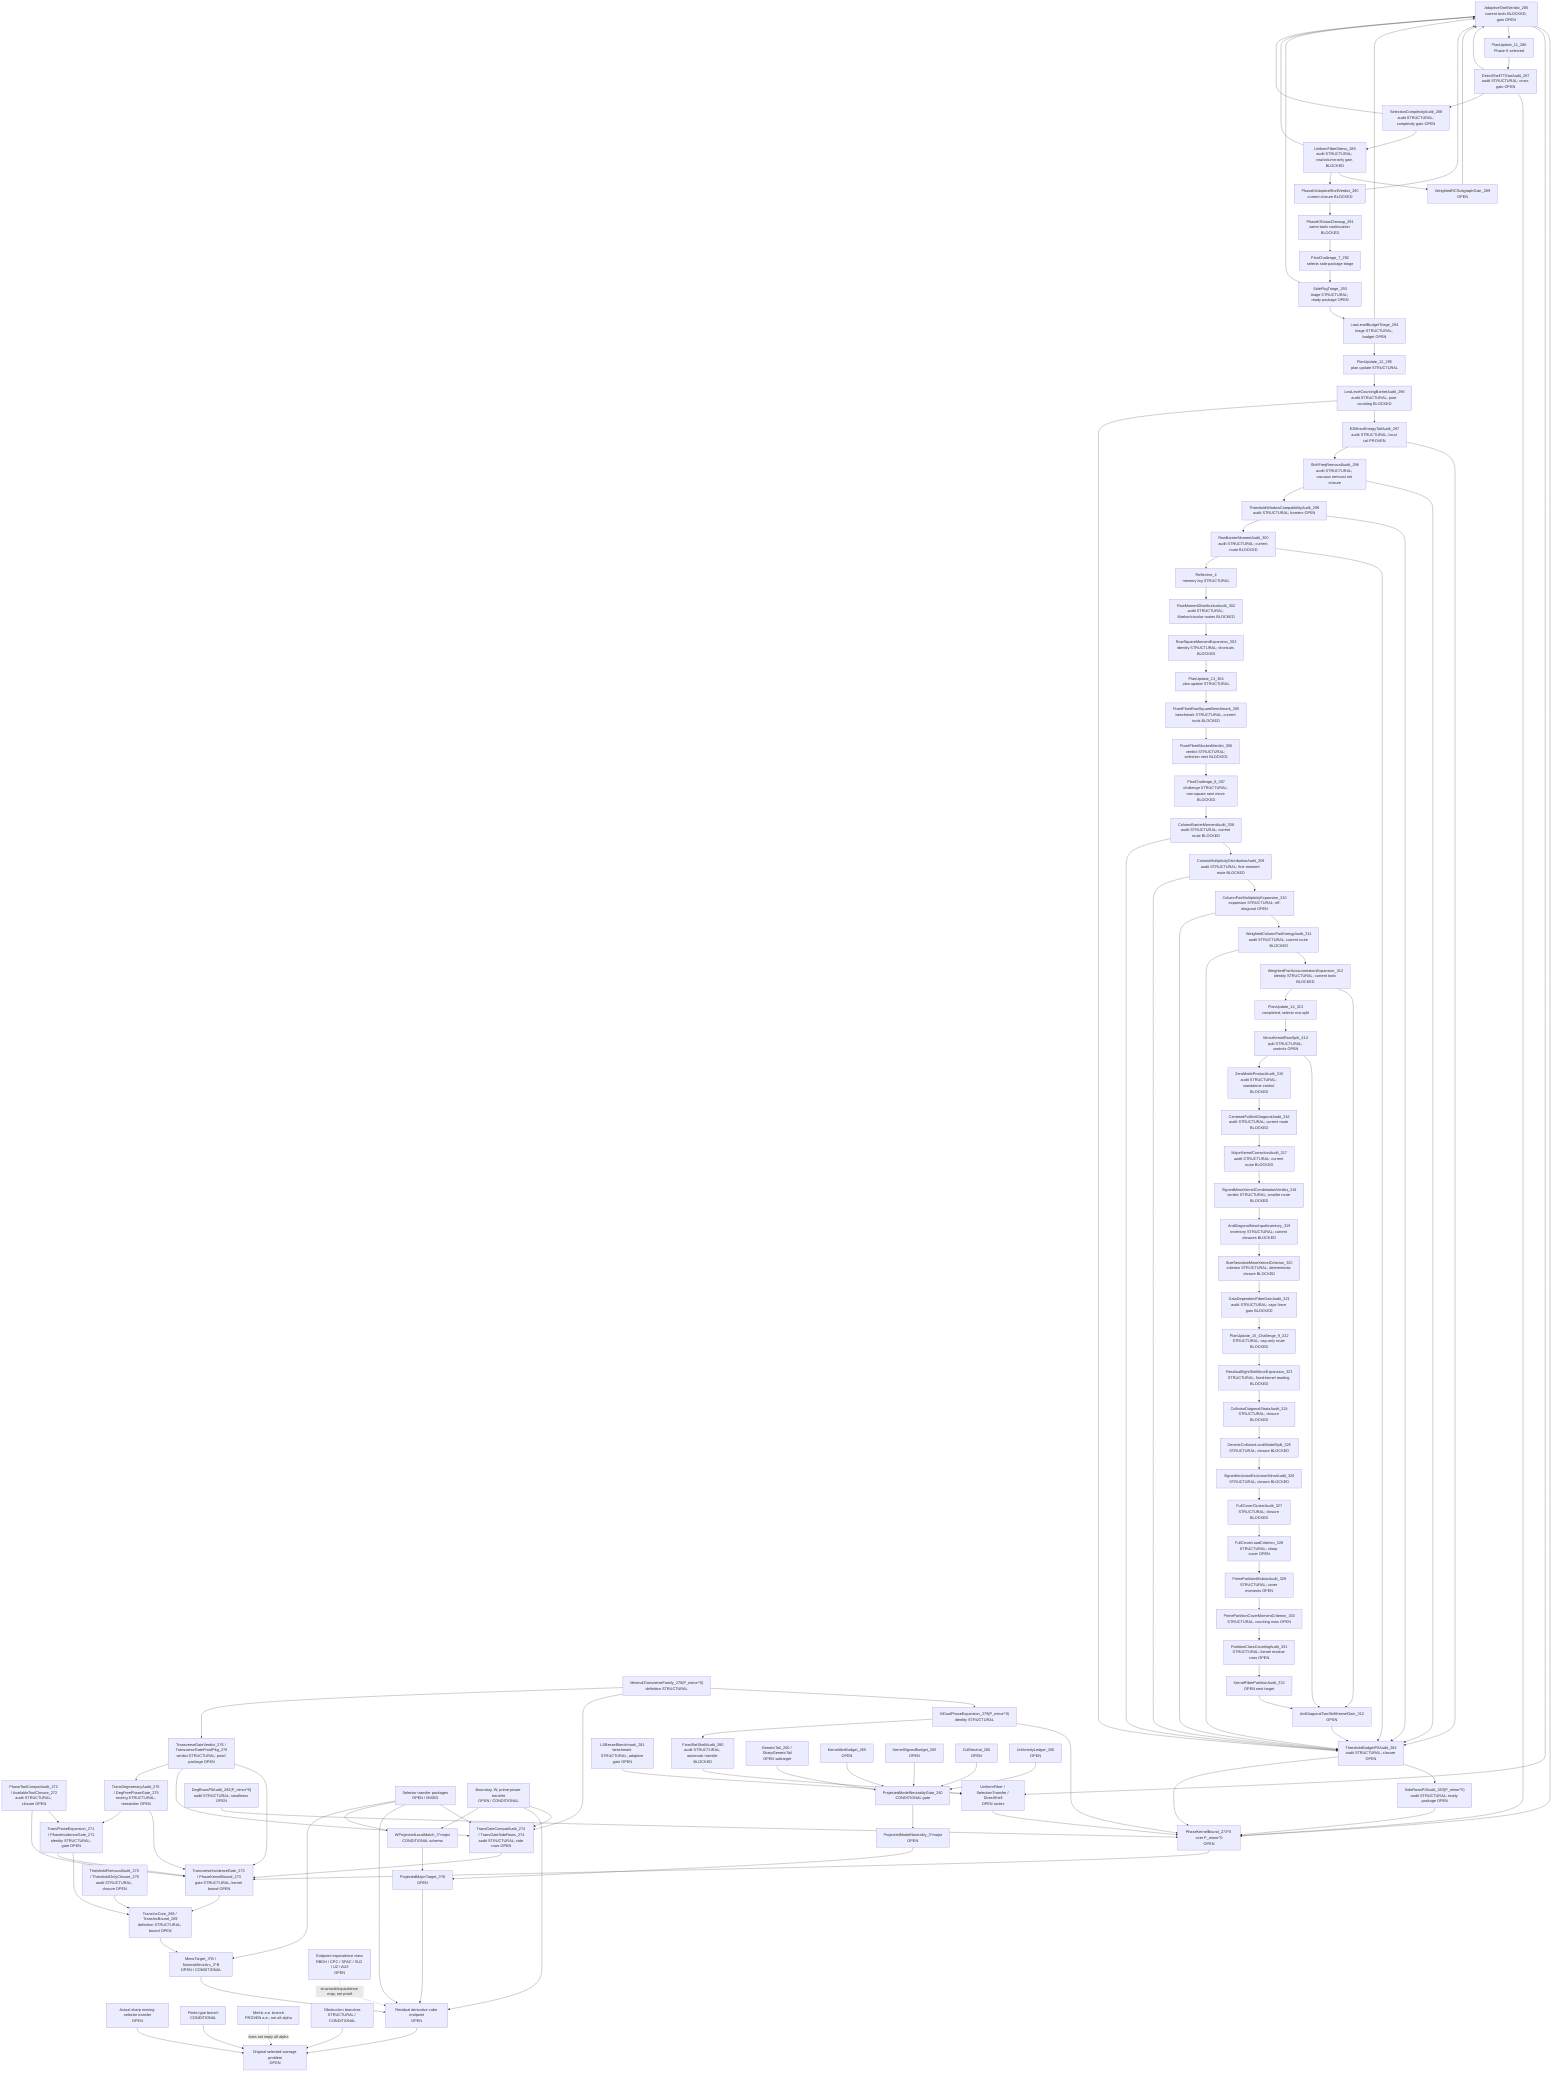
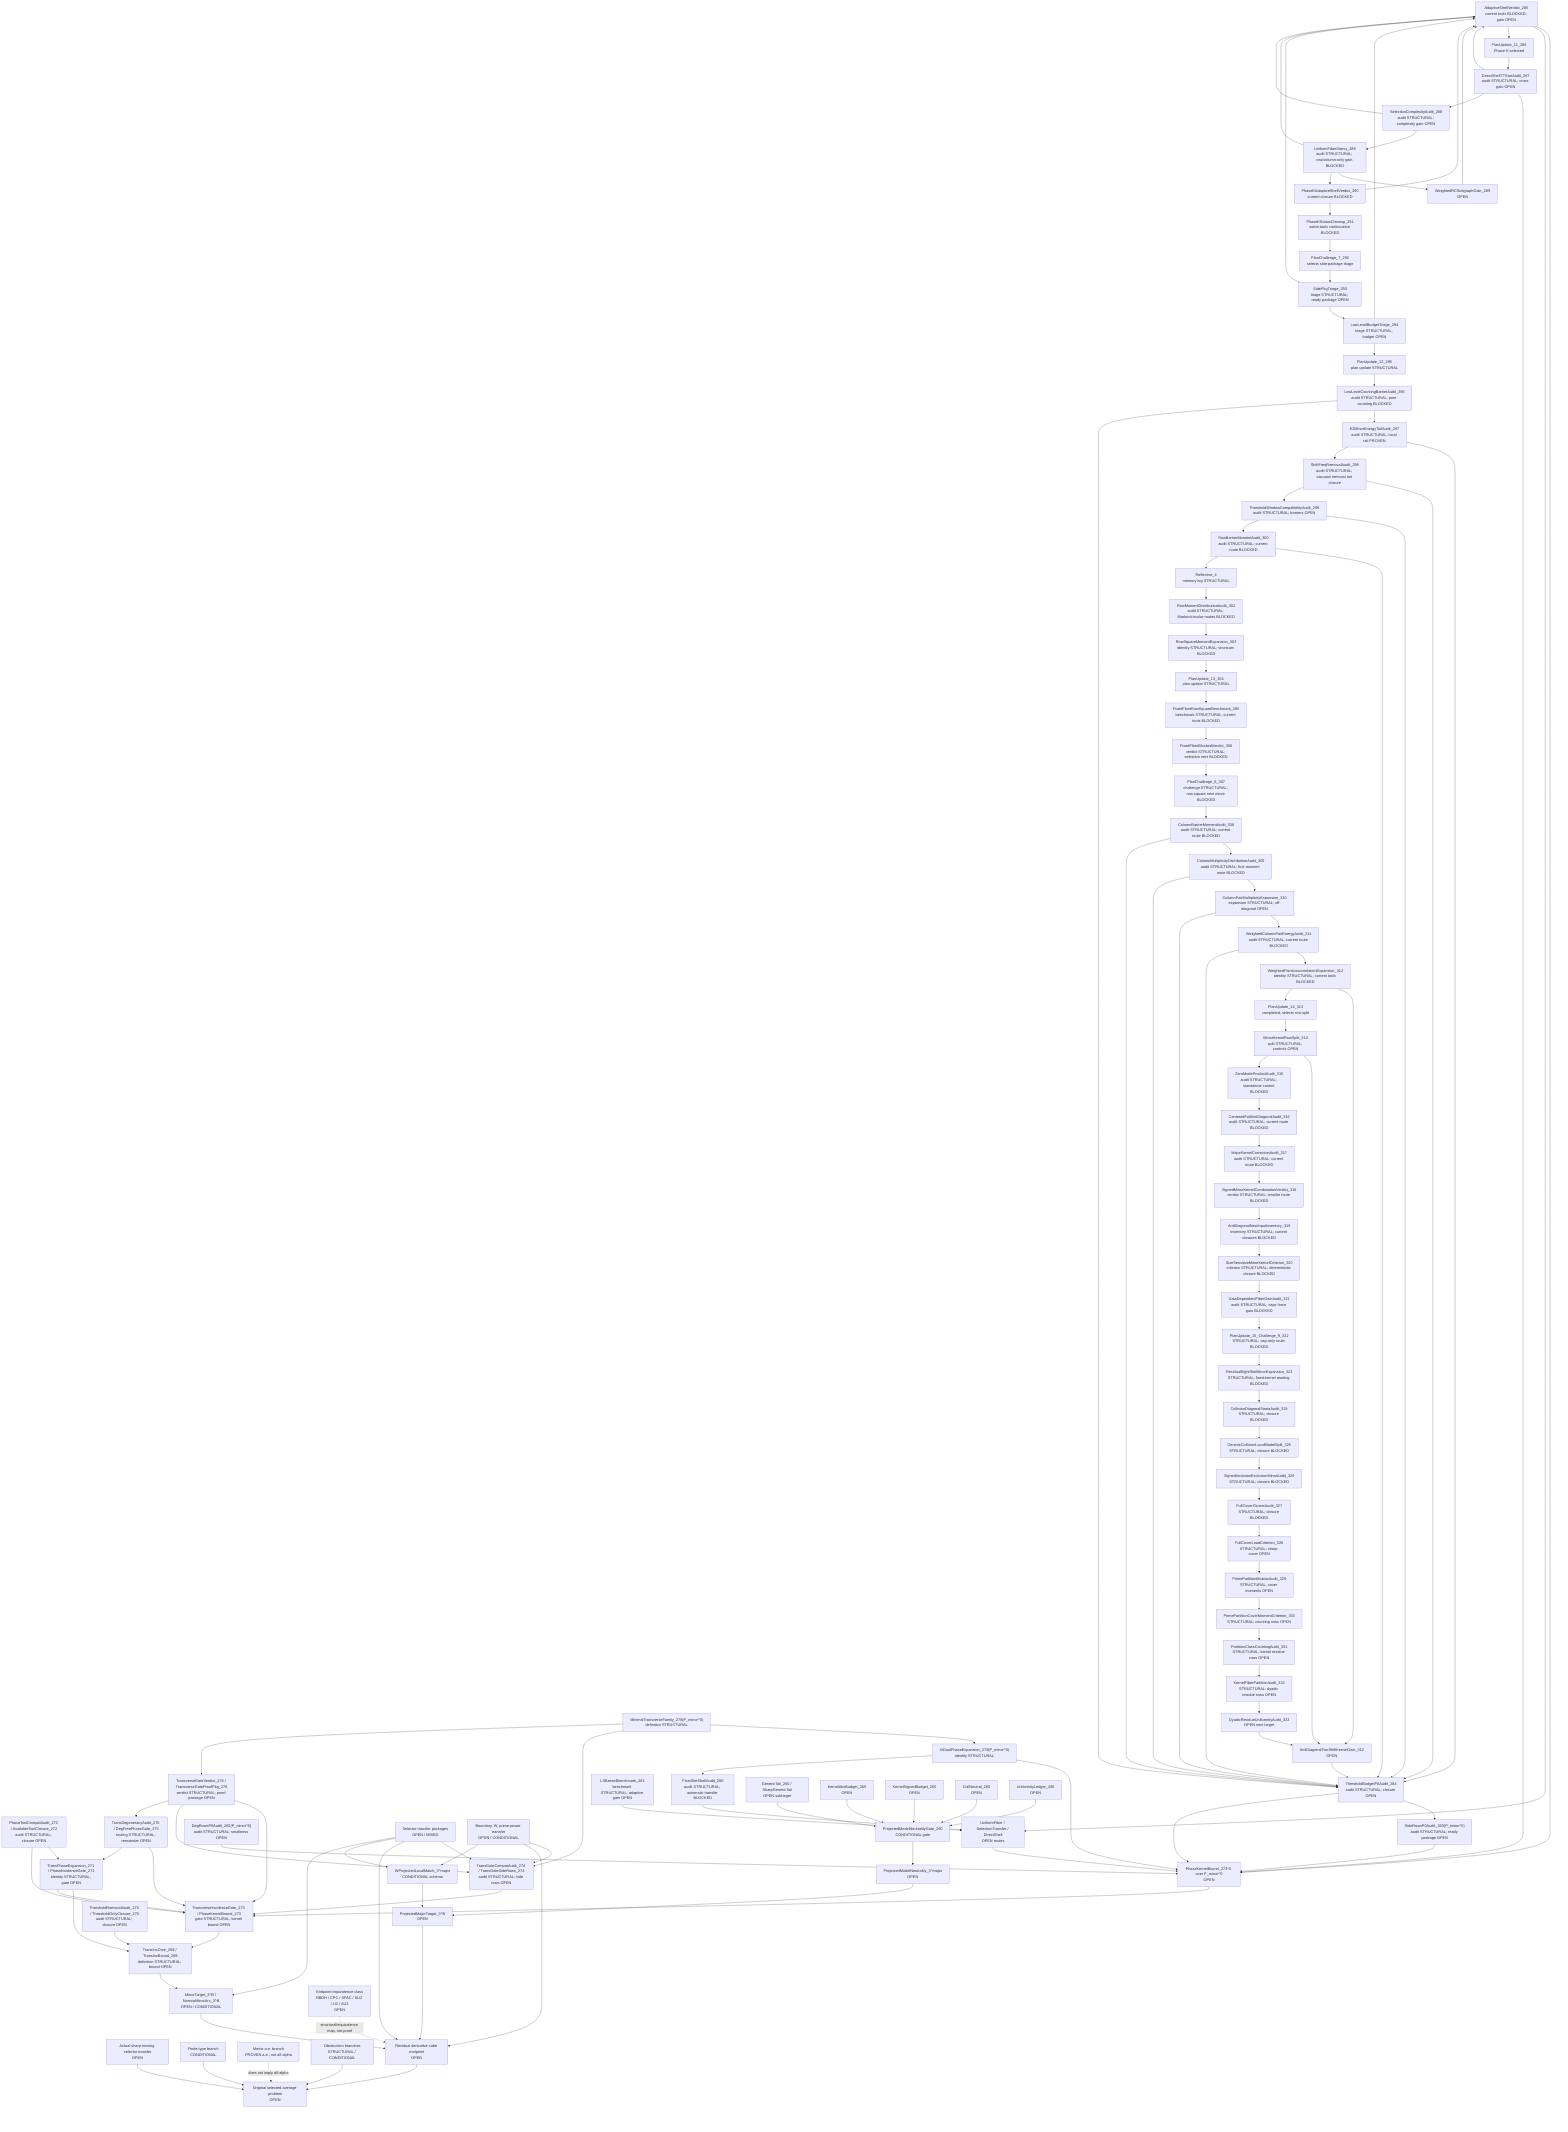
flowchart TD
  Original["Original selected-average problem<br/>OPEN"]
  SharpSel["Actual sharp moving selector transfer<br/>OPEN"]
  FiniteType["Finite-type branch<br/>CONDITIONAL"]
  Metric["Metric a.e. branch<br/>PROVEN a.e.; not all-alpha"]
  Obstruction["Obstruction branches<br/>STRUCTURAL / CONDITIONAL"]

  ResCube["Residual derivative cube endpoint<br/>OPEN"]
  MajorTarget["ProjectedMajorTarget_3^B<br/>OPEN"]
  MinorTarget["MinorTarget_3^B / NarrowMinorArc_3^B<br/>OPEN / CONDITIONAL"]
  TransInc["TransIncCore_269 / TransIncBound_269<br/>definition STRUCTURAL; bound OPEN"]
  ThresholdAudit["ThresholdRemovalAudit_270 / ThresholdOnlyClosure_270<br/>audit STRUCTURAL; closure OPEN"]
  PhaseExpansion["TransPhaseExpansion_271 / PhaseIncidenceGate_271<br/>identity STRUCTURAL; gate OPEN"]
  ToolCompat["PhaseToolCompatAudit_272 / AvailableToolClosure_272<br/>audit STRUCTURAL; closure OPEN"]
  TransGate["TransverseIncidenceGate_273 / PhaseKernelBound_273<br/>gate STRUCTURAL; kernel bound OPEN"]
  TransGateCompat["TransGateCompatAudit_274 / TransGateSideRows_274<br/>audit STRUCTURAL; side rows OPEN"]
  DegAudit["TransDegeneracyAudit_275 / DegFreePhaseGate_275<br/>routing STRUCTURAL; remainder OPEN"]
  TransVerdict["TransverseGateVerdict_276 / TransverseGateProofPkg_276<br/>verdict STRUCTURAL; proof package OPEN"]
  MinTransFamily["MinimalTransverseFamily_278(P_minor^0)<br/>definition STRUCTURAL"]
  XiExpansion["XiDualPhaseExpansion_279(P_minor^0)<br/>identity STRUCTURAL"]
  FixedShellAudit["FixedSetShellAudit_280<br/>audit STRUCTURAL; automatic transfer BLOCKED"]
  FixedShellTransfer["UniformFiber / SelectionTransfer / DirectShell<br/>OPEN routes"]
  LSBesselBench["LSBesselBenchmark_281<br/>benchmark STRUCTURAL; adaptive gain OPEN"]
  DegRowsP0["DegRowsP0Audit_282(P_minor^0)<br/>audit STRUCTURAL; smallness OPEN"]
  SideRowsP0["SideRowsP0Audit_283(P_minor^0)<br/>audit STRUCTURAL; ready package OPEN"]
  ThresholdP0["ThresholdBudgetP0Audit_284<br/>audit STRUCTURAL; closure OPEN"]
  AdaptiveShellP0["AdaptiveShellVerdict_285<br/>current tools BLOCKED; gain OPEN"]
  PlanUpdate11["PlanUpdate_11_286<br/>Phase K selected"]
  DirectTTStar["DirectShellTTStarAudit_287<br/>audit STRUCTURAL; cross gain OPEN"]
  SelectionComplexity["SelectionComplexityAudit_288<br/>audit STRUCTURAL; complexity gain OPEN"]
  UniformFiberStress["UniformFiberStress_289<br/>audit STRUCTURAL; row/column-only gain BLOCKED"]
  WeightedRCSubgraph["WeightedRCSubgraphGain_289<br/>OPEN"]
  AdaptiveVerdict290["PhaseKAdaptiveShellVerdict_290<br/>current closure BLOCKED"]
  PhaseKCleanup291["PhaseKStatusCleanup_291<br/>same-tools continuation BLOCKED"]
  PlanChallenge7["PlanChallenge_7_292<br/>selects side-package triage"]
  SidePkgTriage293["SidePkgTriage_293<br/>triage STRUCTURAL; ready package OPEN"]
  LowLevelTriage294["LowLevelBudgetTriage_294<br/>triage STRUCTURAL; budget OPEN"]
  PlanUpdate12["PlanUpdate_12_295<br/>plan update STRUCTURAL"]
  LowLevelBarrier296["LowLevelCountingBarrierAudit_296<br/>audit STRUCTURAL; pure counting BLOCKED"]
  E2Tail297["E2MinorEnergyTailAudit_297<br/>audit STRUCTURAL; local tail PROVEN"]
  ShiftFreq298["ShiftFreqRemovalAudit_298<br/>audit STRUCTURAL; vacuous removal not closure"]
  ThresholdWindow299["ThresholdWindowCompatibilityAudit_299<br/>audit STRUCTURAL; barriers OPEN"]
  RowBarrier300["RowBarrierMomentAudit_300<br/>audit STRUCTURAL; current route BLOCKED"]
  Reflective4["Reflective_4<br/>memory log STRUCTURAL"]
  RowMoment302["RowMomentDistributionAudit_302<br/>audit STRUCTURAL; Markov/circular routes BLOCKED"]
  RowSquare303["RowSquareMomentExpansion_303<br/>identity STRUCTURAL; shortcuts BLOCKED"]
  PlanUpdate13["PlanUpdate_13_304<br/>plan update STRUCTURAL"]
  FixedFiber305["FixedFiberRowSquareBenchmark_305<br/>benchmark STRUCTURAL; current tools BLOCKED"]
  FixedFiber306["FixedFiberBlockedVerdict_306<br/>verdict STRUCTURAL; selection next BLOCKED"]
  PlanChallenge8["PlanChallenge_8_307<br/>challenge STRUCTURAL; row-square next move BLOCKED"]
  ColumnBarrier308["ColumnBarrierMomentAudit_308<br/>audit STRUCTURAL; current route BLOCKED"]
  ColumnDist309["ColumnMultiplicityDistributionAudit_309<br/>audit STRUCTURAL; first-moment route BLOCKED"]
  ColumnPair310["ColumnPairMultiplicityExpansion_310<br/>expansion STRUCTURAL; off-diagonal OPEN"]
  WPair311["WeightedColumnPairEnergyAudit_311<br/>audit STRUCTURAL; current route BLOCKED"]
  AutoCorr312["WeightedPairAutocorrelationExpansion_312<br/>identity STRUCTURAL; current tools BLOCKED"]
  AntiDiag312["AntiDiagonalTwoShiftKernelGain_312<br/>OPEN"]
  PlanUpdate14["PlanUpdate_14_313<br/>completed; selects row split"]
  MinorKernel314["MinorKernelRowSplit_314<br/>split STRUCTURAL; controls OPEN"]
  ZeroAudit315["ZeroModeProductAudit_315<br/>audit STRUCTURAL; standalone control BLOCKED"]
  CenteredFull316["CenteredFullAntiDiagonalAudit_316<br/>audit STRUCTURAL; current route BLOCKED"]
  MajorCorr317["MajorKernelCorrectionAudit_317<br/>audit STRUCTURAL; current route BLOCKED"]
  SignedVerdict318["SignedMinorKernelCombinationVerdict_318<br/>verdict STRUCTURAL; smaller route BLOCKED"]
  NewInput319["AntiDiagonalNewInputInventory_319<br/>inventory STRUCTURAL; current closures BLOCKED"]
  SizeSensitive320["SizeSensitiveMinorKernelCriterion_320<br/>criterion STRUCTURAL; deterministic closure BLOCKED"]
  FiberGain321["DataDependentFiberGainAudit_321<br/>audit STRUCTURAL; caps force gain BLOCKED"]
  Plan322["PlanUpdate_15_Challenge_9_322<br/>STRUCTURAL; cap-only route BLOCKED"]
  ResidualEight323["ResidualEightSlotMinorExpansion_323<br/>STRUCTURAL; fixed-kernel reading BLOCKED"]
  Collision324["CollisionDiagonalStrataAudit_324<br/>STRUCTURAL; closure BLOCKED"]
  GenericSplit325["GenericCollisionLocalModelSplit_325<br/>STRUCTURAL; closure BLOCKED"]
  SignedIE326["SignedInclusionExclusionMinorAudit_326<br/>STRUCTURAL; closure BLOCKED"]
  FullCover327["FullCoverClusterAudit_327<br/>STRUCTURAL; closure BLOCKED"]
  CoverLoad328["FullCoverLoadCriterion_328<br/>STRUCTURAL; sharp cover OPEN"]
  PrimeMobius329["PrimePartitionMobiusAudit_329<br/>STRUCTURAL; cover moments OPEN"]
  CoverMoment330["PrimePartitionCoverMomentCriterion_330<br/>STRUCTURAL; counting rows OPEN"]
  PartitionCount331["PartitionClassCountingAudit_331<br/>STRUCTURAL; kernel residue rows OPEN"]
-   KernelFiber332["KernelFiberPartitionAudit_332<br/>OPEN next target"]
+   KernelFiber332["KernelFiberPartitionAudit_332<br/>STRUCTURAL; dyadic residue rows OPEN"]
+   Dyadic333["DyadicResidueUniformityAudit_333<br/>OPEN next target"]
  PhaseKernel0["PhaseKernelBound_273^0 over P_minor^0<br/>OPEN"]
  SelectorTransfer["Selector transfer packages<br/>OPEN / MIXED"]
  BoundaryTransfer["Boundary, W, prime-power transfer<br/>OPEN / CONDITIONAL"]

  WLocal["WProjectedLocalMatch_3^major<br/>CONDITIONAL schema"]
  ModelNeutral["ProjectedModelNeutrality_3^major<br/>OPEN"]
  PMNGate["ProjectedModelNeutralityGate_260<br/>CONDITIONAL gate"]
  GenericTail["GenericTail_260 / SharpGenericTail<br/>OPEN subtarget"]
  KernelAbs["KernelAbsBudget_265<br/>OPEN"]
  KernelSigned["KernelSignedBudget_265<br/>OPEN"]
  CollNeutral["CollNeutral_260<br/>OPEN"]
  Uniformity["UniformityLedger_266<br/>OPEN"]

  EndpointClass["Endpoint equivalence class<br/>RBDH / CPC / SPAC / SU2 / U2 / AU3<br/>OPEN"]

  SharpSel --> Original
  FiniteType --> Original
  Obstruction --> Original
  ResCube --> Original
  Metric -. "does not imply all-alpha" .-> Original

  MajorTarget --> ResCube
  MinorTarget --> ResCube
  TransInc --> MinorTarget
  ThresholdAudit --> TransInc
  PhaseExpansion --> TransInc
  ToolCompat --> PhaseExpansion
  TransGate --> TransInc
  PhaseExpansion --> TransGate
  ToolCompat --> TransGate
  TransGateCompat --> TransGate
  SelectorTransfer --> TransGateCompat
  BoundaryTransfer --> TransGateCompat
  DegAudit --> TransGate
  DegAudit --> PhaseExpansion
  TransVerdict --> TransGate
  TransVerdict --> TransGateCompat
  TransVerdict --> DegAudit
  PhaseKernel0 --> TransGate
  MinTransFamily --> XiExpansion
  XiExpansion --> PhaseKernel0
  XiExpansion --> FixedShellAudit
  FixedShellAudit --> FixedShellTransfer
  FixedShellTransfer --> PhaseKernel0
  LSBesselBench --> FixedShellTransfer
  DegRowsP0 --> PhaseKernel0
  SideRowsP0 --> PhaseKernel0
  ThresholdP0 --> SideRowsP0
  ThresholdP0 --> PhaseKernel0
  AdaptiveShellP0 --> PhaseKernel0
  AdaptiveShellP0 --> FixedShellTransfer
  AdaptiveShellP0 --> PlanUpdate11
  PlanUpdate11 --> DirectTTStar
  DirectTTStar --> AdaptiveShellP0
  DirectTTStar --> PhaseKernel0
  DirectTTStar --> SelectionComplexity
  SelectionComplexity --> UniformFiberStress
  SelectionComplexity --> AdaptiveShellP0
  UniformFiberStress --> WeightedRCSubgraph
  WeightedRCSubgraph --> AdaptiveShellP0
  UniformFiberStress --> AdaptiveVerdict290
  UniformFiberStress --> AdaptiveShellP0
  AdaptiveVerdict290 --> AdaptiveShellP0
  AdaptiveVerdict290 --> PhaseKCleanup291
  PhaseKCleanup291 --> PlanChallenge7
  PlanChallenge7 --> SidePkgTriage293
  SidePkgTriage293 --> LowLevelTriage294
  SidePkgTriage293 --> AdaptiveShellP0
  LowLevelTriage294 --> AdaptiveShellP0
  LowLevelTriage294 --> PlanUpdate12
  PlanUpdate12 --> LowLevelBarrier296
  LowLevelBarrier296 --> E2Tail297
  LowLevelBarrier296 --> ThresholdP0
  E2Tail297 --> ThresholdP0
  E2Tail297 --> ShiftFreq298
  ShiftFreq298 --> ThresholdP0
  ShiftFreq298 --> ThresholdWindow299
  ThresholdWindow299 --> ThresholdP0
  ThresholdWindow299 --> RowBarrier300
  RowBarrier300 --> ThresholdP0
  RowBarrier300 --> Reflective4
  Reflective4 --> RowMoment302
  RowMoment302 --> RowSquare303
  RowSquare303 --> PlanUpdate13
  PlanUpdate13 --> FixedFiber305
  FixedFiber305 --> FixedFiber306
  FixedFiber306 --> PlanChallenge8
  PlanChallenge8 --> ColumnBarrier308
  ColumnBarrier308 --> ColumnDist309
  ColumnDist309 --> ColumnPair310
  ColumnPair310 --> WPair311
  WPair311 --> AutoCorr312
  AutoCorr312 --> AntiDiag312
  AntiDiag312 --> ThresholdP0
  AutoCorr312 --> PlanUpdate14
  PlanUpdate14 --> MinorKernel314
  MinorKernel314 --> AntiDiag312
  MinorKernel314 --> ZeroAudit315
  ZeroAudit315 --> CenteredFull316
  CenteredFull316 --> MajorCorr317
  MajorCorr317 --> SignedVerdict318
  SignedVerdict318 --> NewInput319
  NewInput319 --> SizeSensitive320
  SizeSensitive320 --> FiberGain321
  FiberGain321 --> Plan322
  Plan322 --> ResidualEight323
  ResidualEight323 --> Collision324
  Collision324 --> GenericSplit325
  GenericSplit325 --> SignedIE326
  SignedIE326 --> FullCover327
  FullCover327 --> CoverLoad328
  CoverLoad328 --> PrimeMobius329
  PrimeMobius329 --> CoverMoment330
  CoverMoment330 --> PartitionCount331
  PartitionCount331 --> KernelFiber332
-   KernelFiber332 --> AntiDiag312
+   KernelFiber332 --> Dyadic333
+   Dyadic333 --> AntiDiag312
  WPair311 --> ThresholdP0
  ColumnPair310 --> ThresholdP0
  ColumnDist309 --> ThresholdP0
  ColumnBarrier308 --> ThresholdP0
  MinTransFamily --> TransGateCompat
  MinTransFamily --> TransVerdict
  SelectorTransfer --> ResCube
  BoundaryTransfer --> ResCube
  EndpointClass -. "structural/equivalence map, not proof" .-> ResCube

  WLocal --> MajorTarget
  ModelNeutral --> MajorTarget

  PMNGate --> ModelNeutral
  GenericTail --> PMNGate
  KernelAbs --> PMNGate
  KernelSigned --> PMNGate
  CollNeutral --> PMNGate
  Uniformity --> PMNGate

  BoundaryTransfer --> WLocal
  SelectorTransfer --> WLocal
  SelectorTransfer --> MinorTarget
